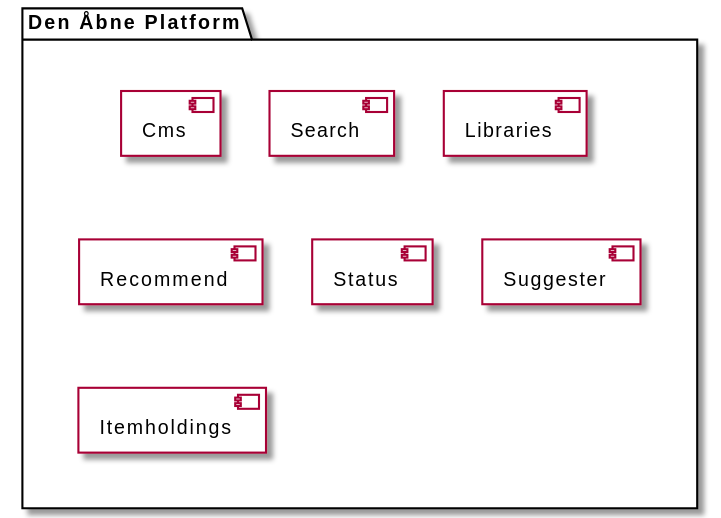
This is docs/OpenPlatform.svg from danskernesdigitalebibliotek/plantuml, a PlantUML export, as it was before one commit.
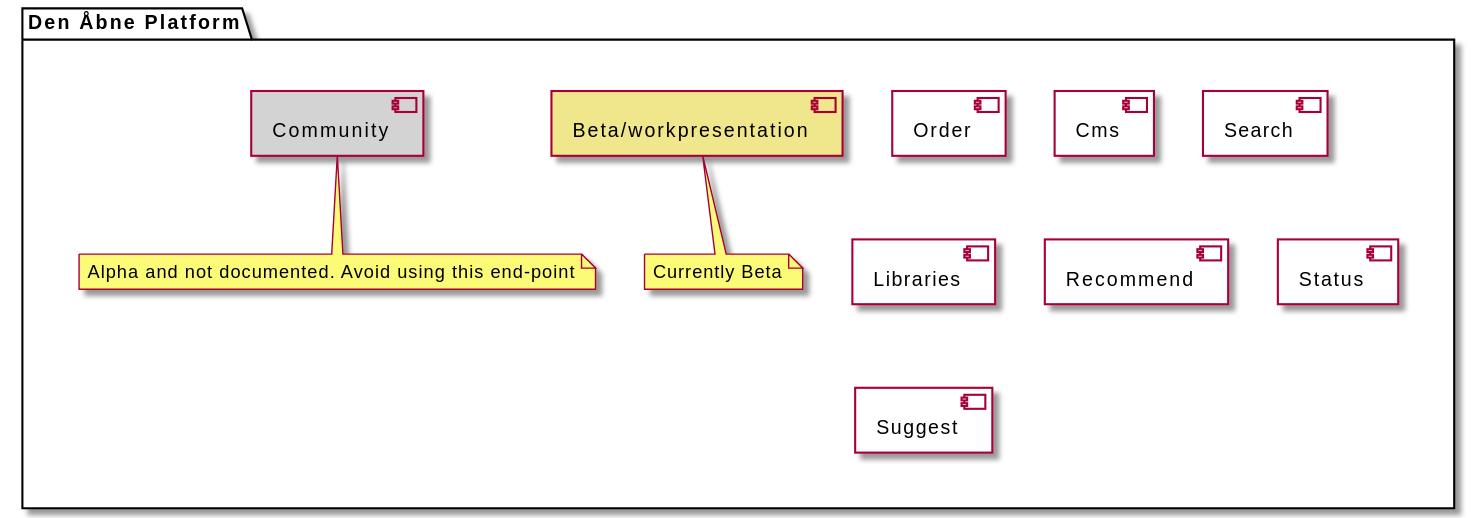
Above is the later version.

Diff of the diagram source:
```diff
@@ -4,16 +4,19 @@
     backgroundColor [Biblio] LightGray
 }
 
-
-    package "Den Åbne Platform" {
+package "Den Åbne Platform" {
     together {
+      [Order]
       [Cms]
       [Search]
       [Libraries]
       [Recommend]
       [Status]
-      [Suggester]
-      [Itemholdings]
+      [Suggest]
+      [Beta/workpresentation] #Khaki
+      [Community] #LightGray
+      note bottom of [Beta/workpresentation]: Currently Beta
+      note bottom of [Community]: Alpha and not documented. Avoid using this end-point
     }
-    }
+}
 @enduml
```
